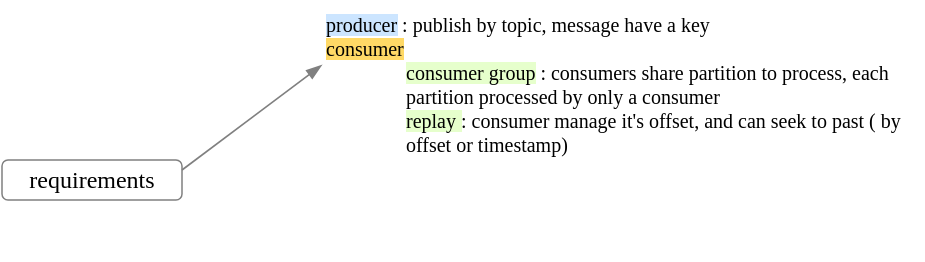
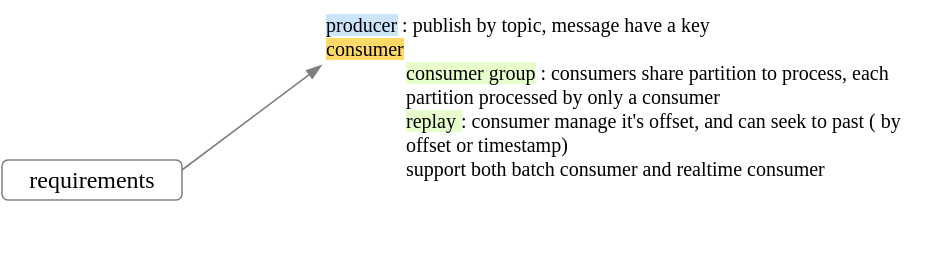
<mxfile host="app.diagrams.net">
  <diagram name="requirements" id="Rtn6FShhF8hoVvrFVuF0">
    <mxGraphModel dx="913" dy="409" grid="1" gridSize="10" guides="1" tooltips="1" connect="1" arrows="1" fold="1" page="1" pageScale="1" pageWidth="827" pageHeight="1169" math="0" shadow="0">
      <root>
        <mxCell id="0" />
        <mxCell id="1" parent="0" />
        <mxCell id="4ZLOK5suKcVKcwbrTfvF-10" parent="1" style="rounded=1;whiteSpace=wrap;html=1;strokeColor=#808080;fontFamily=Comic Sans MS;strokeWidth=0.75;" value="requirements" vertex="1">
          <mxGeometry height="20" width="90" x="200" y="480" as="geometry" />
        </mxCell>
-         <mxCell id="4ZLOK5suKcVKcwbrTfvF-11" parent="1" style="text;html=1;whiteSpace=wrap;strokeColor=none;fillColor=none;align=left;verticalAlign=top;rounded=0;fontFamily=Comic Sans MS;fontSize=10;" value="&lt;span style=&quot;background-color: rgb(204, 229, 255);&quot;&gt;producer&lt;/span&gt; : publish by topic, message have a key&lt;div&gt;&lt;span style=&quot;background-color: rgb(255, 217, 102);&quot;&gt;consumer&lt;/span&gt;&lt;br&gt;&lt;/div&gt;&lt;blockquote style=&quot;margin: 0 0 0 40px; border: none; padding: 0px;&quot;&gt;&lt;div&gt;&lt;div&gt;&lt;span style=&quot;background-color: rgb(230, 255, 204);&quot;&gt;consumer group&lt;/span&gt; : consumers share partition to process, each partition processed by only a consumer&lt;/div&gt;&lt;/div&gt;&lt;div&gt;&lt;div&gt;&lt;span style=&quot;background-color: rgb(230, 255, 204);&quot;&gt;replay &lt;/span&gt;: consumer manage it&#39;s offset, and can seek to past ( by offset or timestamp)&lt;/div&gt;&lt;/div&gt;&lt;/blockquote&gt;&lt;div&gt;&lt;div&gt;&lt;br&gt;&lt;/div&gt;&lt;div&gt;&lt;br&gt;&lt;/div&gt;&lt;/div&gt;" vertex="1">
+         <mxCell id="4ZLOK5suKcVKcwbrTfvF-11" parent="1" style="text;html=1;whiteSpace=wrap;strokeColor=none;fillColor=none;align=left;verticalAlign=top;rounded=0;fontFamily=Comic Sans MS;fontSize=10;" value="&lt;span style=&quot;background-color: rgb(204, 229, 255);&quot;&gt;producer&lt;/span&gt; : publish by topic, message have a key&lt;div&gt;&lt;span style=&quot;background-color: rgb(255, 217, 102);&quot;&gt;consumer&lt;/span&gt;&lt;br&gt;&lt;/div&gt;&lt;blockquote style=&quot;margin: 0 0 0 40px; border: none; padding: 0px;&quot;&gt;&lt;div&gt;&lt;div&gt;&lt;span style=&quot;background-color: rgb(230, 255, 204);&quot;&gt;consumer group&lt;/span&gt; : consumers share partition to process, each partition processed by only a consumer&lt;/div&gt;&lt;/div&gt;&lt;div&gt;&lt;div&gt;&lt;span style=&quot;background-color: rgb(230, 255, 204);&quot;&gt;replay &lt;/span&gt;: consumer manage it&#39;s offset, and can seek to past ( by offset or timestamp)&lt;/div&gt;&lt;/div&gt;&lt;div&gt;support both batch consumer and realtime consumer&lt;/div&gt;&lt;/blockquote&gt;&lt;div&gt;&lt;div&gt;&lt;br&gt;&lt;/div&gt;&lt;div&gt;&lt;br&gt;&lt;/div&gt;&lt;/div&gt;" vertex="1">
          <mxGeometry height="130" width="300" x="360" y="400" as="geometry" />
        </mxCell>
        <mxCell id="4ZLOK5suKcVKcwbrTfvF-12" edge="1" parent="1" source="4ZLOK5suKcVKcwbrTfvF-10" style="endArrow=blockThin;html=1;rounded=0;strokeColor=#808080;endFill=1;strokeWidth=0.85;exitX=1;exitY=0.25;exitDx=0;exitDy=0;entryX=0;entryY=0.25;entryDx=0;entryDy=0;" target="4ZLOK5suKcVKcwbrTfvF-11" value="">
          <mxGeometry height="50" relative="1" width="50" as="geometry">
            <mxPoint x="220" y="520" as="sourcePoint" />
            <mxPoint x="270" y="470" as="targetPoint" />
          </mxGeometry>
        </mxCell>
      </root>
    </mxGraphModel>
  </diagram>
</mxfile>
